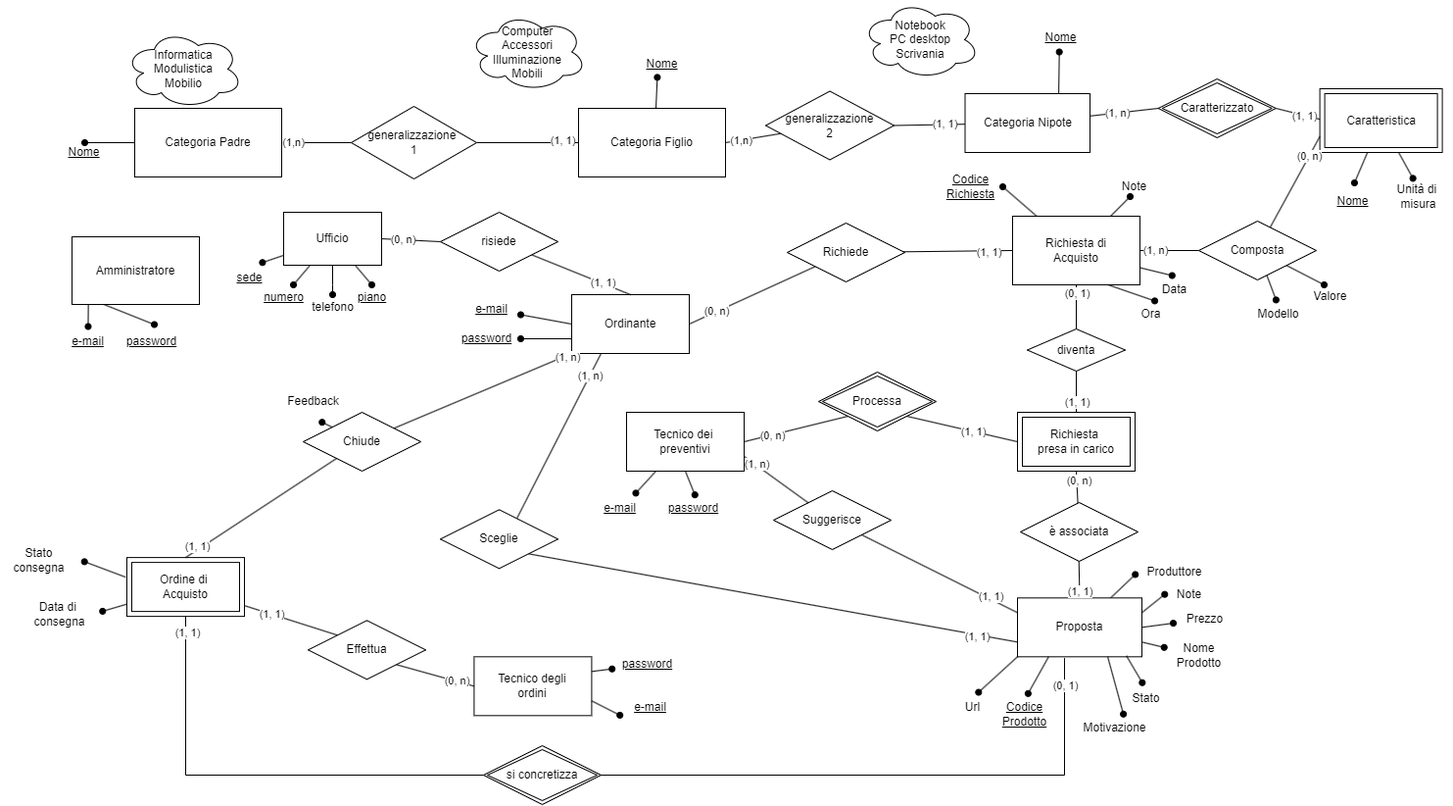
Earlier version of the draw.io export docs/ERR_WE.drawio.png (Mik1810/web_engineering). Source tidied: cells renumbered, new cells last; positions are measured from the earlier drawing's top-left corner, leaving out a move shared by most shapes.
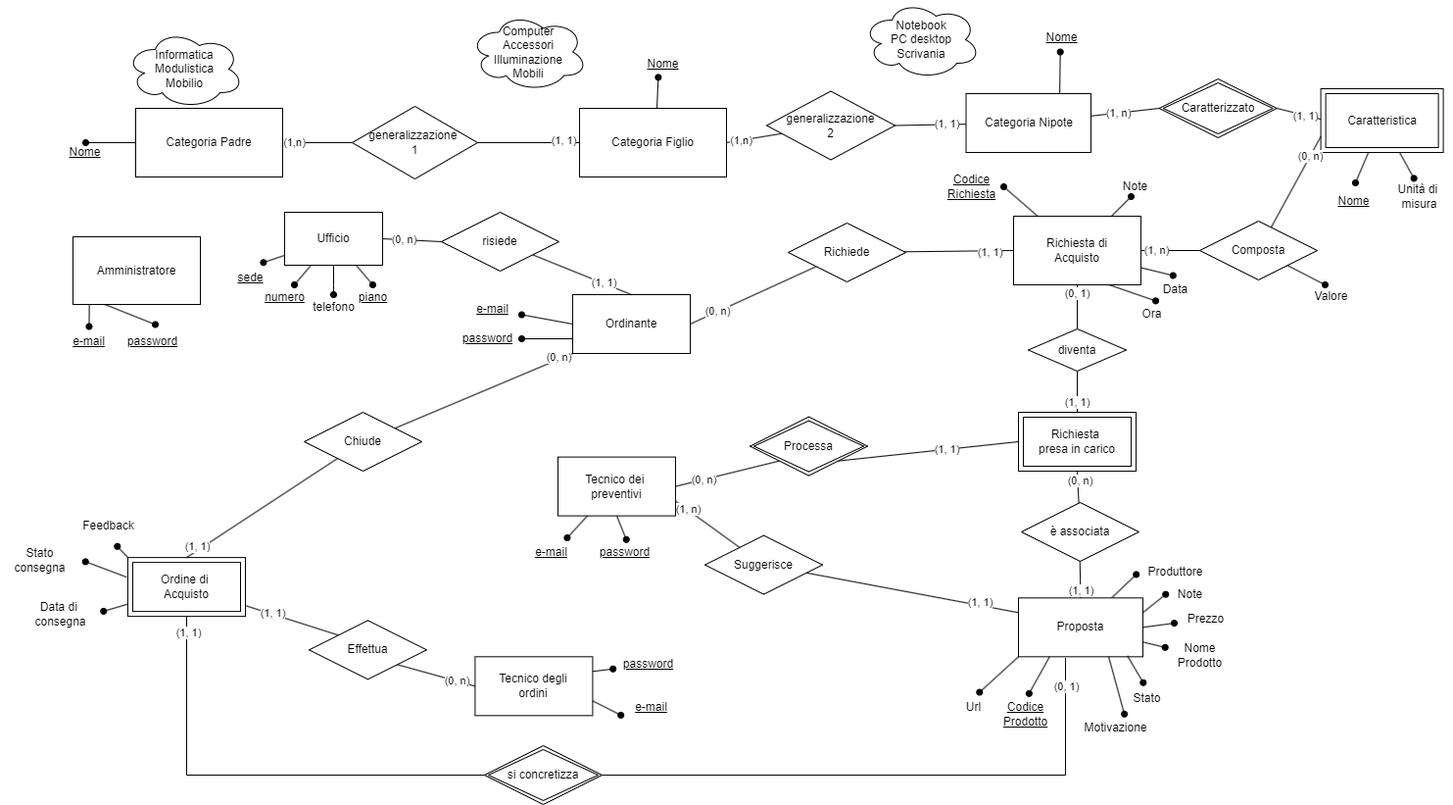
After the change.

Commit message:
Updated diagrams and added relational model

Change to the diagram source:
```diff
@@ -93,9 +93,6 @@
         <mxPoint x="1352" y="290" as="targetPoint" />
       </mxGeometry>
     </mxCell>
-    <mxCell id="29" style="rounded=0;jettySize=auto;html=1;endArrow=oval;endFill=1;entryX=0.47;entryY=0.013;entryDx=0;entryDy=0;entryPerimeter=0;" parent="1" edge="1" source="30" target="125">
-      <mxGeometry relative="1" as="geometry" />
-    </mxCell>
     <mxCell id="30" value="Composta" style="shape=rhombus;perimeter=rhombusPerimeter;whiteSpace=wrap;html=1;align=center;" parent="1" vertex="1">
       <mxGeometry x="1224" y="225" width="120" height="60" as="geometry" />
     </mxCell>
@@ -105,12 +102,6 @@
     <mxCell id="32" style="rounded=0;jettySize=auto;html=1;endArrow=oval;endFill=1;entryX=0.003;entryY=0.577;entryDx=0;entryDy=0;entryPerimeter=0;" parent="1" edge="1" source="35" target="36">
       <mxGeometry relative="1" as="geometry" />
     </mxCell>
-    <mxCell id="33" style="rounded=0;jettySize=auto;html=1;entryX=1;entryY=1;entryDx=0;entryDy=0;endArrow=none;endFill=0;exitX=0;exitY=0.75;exitDx=0;exitDy=0;" parent="1" edge="1" source="35" target="81">
-      <mxGeometry relative="1" as="geometry" />
-    </mxCell>
-    <mxCell id="34" value="(1, 1)" style="edgeLabel;html=1;align=center;verticalAlign=middle;" parent="33" vertex="1">
-      <mxGeometry x="-0.83" y="2" relative="1" as="geometry" />
-    </mxCell>
     <mxCell id="35" value="Proposta" style="rounded=0;whiteSpace=wrap;html=1;" parent="1" vertex="1">
       <mxGeometry x="1039" y="609.3" width="127" height="60" as="geometry" />
     </mxCell>
@@ -193,7 +184,7 @@
       </mxGeometry>
     </mxCell>
     <mxCell id="60" value="Suggerisce" style="shape=rhombus;perimeter=rhombusPerimeter;whiteSpace=wrap;html=1;align=center;" parent="1" vertex="1">
-      <mxGeometry x="790" y="500" width="120" height="60" as="geometry" />
+      <mxGeometry x="719" y="545.6" width="120" height="60" as="geometry" />
     </mxCell>
     <mxCell id="61" style="endArrow=none;html=1;rounded=0;entryX=1;entryY=0.75;entryDx=0;entryDy=0;" parent="1" edge="1" source="60" target="84">
       <mxGeometry relative="1" as="geometry" />
@@ -243,21 +234,12 @@
     <mxCell id="76" value="(0, n)" style="edgeLabel;html=1;align=center;verticalAlign=middle;" parent="75" vertex="1">
       <mxGeometry x="0.46" relative="1" as="geometry" />
     </mxCell>
-    <mxCell id="77" style="rounded=0;jettySize=auto;html=1;entryX=0.25;entryY=1;entryDx=0;entryDy=0;endArrow=none;endFill=0;exitX=0.652;exitY=0.143;exitDx=0;exitDy=0;exitPerimeter=0;" parent="1" edge="1" source="81" target="55">
-      <mxGeometry relative="1" as="geometry" />
-    </mxCell>
-    <mxCell id="78" value="(1, n)" style="edgeLabel;html=1;align=center;verticalAlign=middle;" parent="77" vertex="1">
-      <mxGeometry x="0.74" relative="1" as="geometry" />
-    </mxCell>
     <mxCell id="79" style="rounded=0;jettySize=auto;html=1;endArrow=oval;endFill=1;entryX=0.427;entryY=-0.053;entryDx=0;entryDy=0;entryPerimeter=0;exitX=0.876;exitY=0.985;exitDx=0;exitDy=0;exitPerimeter=0;" parent="1" edge="1" source="35" target="82">
       <mxGeometry relative="1" as="geometry" />
     </mxCell>
     <mxCell id="80" style="rounded=0;jettySize=auto;html=1;endArrow=oval;endFill=1;entryX=0.604;entryY=0.015;entryDx=0;entryDy=0;entryPerimeter=0;exitX=0.725;exitY=1;exitDx=0;exitDy=0;exitPerimeter=0;" parent="1" edge="1" source="35" target="83">
       <mxGeometry relative="1" as="geometry" />
     </mxCell>
-    <mxCell id="81" value="Sceglie" style="shape=rhombus;perimeter=rhombusPerimeter;whiteSpace=wrap;html=1;align=center;" parent="1" vertex="1">
-      <mxGeometry x="450" y="519.3" width="120" height="60" as="geometry" />
-    </mxCell>
     <mxCell id="82" value="Stato" style="text;html=1;align=center;verticalAlign=middle;points=[];strokeColor=none;fillColor=none;" parent="1" vertex="1">
       <mxGeometry x="1145" y="697.3" width="50" height="30" as="geometry" />
     </mxCell>
@@ -265,7 +247,7 @@
       <mxGeometry x="1092.8" y="727.3" width="90" height="30" as="geometry" />
     </mxCell>
     <mxCell id="84" value="Tecnico dei&amp;nbsp;&lt;div&gt;preventivi&lt;/div&gt;" style="rounded=0;whiteSpace=wrap;html=1;" parent="1" vertex="1">
-      <mxGeometry x="640" y="420" width="120" height="60" as="geometry" />
+      <mxGeometry x="569" y="465.6" width="120" height="60" as="geometry" />
     </mxCell>
     <mxCell id="85" value="Tecnico degli&lt;div&gt;ordini&lt;/div&gt;" style="rounded=0;whiteSpace=wrap;html=1;" parent="1" vertex="1">
       <mxGeometry x="484.4" y="669.3" width="120" height="60" as="geometry" />
@@ -323,17 +305,19 @@
     <mxCell id="102" style="rounded=0;jettySize=auto;html=1;entryX=0;entryY=1;entryDx=0;entryDy=0;endArrow=none;endFill=0;" parent="1" edge="1" source="105" target="55">
       <mxGeometry relative="1" as="geometry" />
     </mxCell>
-    <mxCell id="103" value="(1, n)" style="edgeLabel;html=1;align=center;verticalAlign=middle;" parent="102" vertex="1">
-      <mxGeometry x="0.94" y="-1" relative="1" as="geometry" />
+    <mxCell id="103" value="(0, n)" style="edgeLabel;html=1;align=center;verticalAlign=middle;" parent="102" vertex="1">
+      <mxGeometry x="0.94" y="-1" relative="1" as="geometry">
+        <mxPoint x="-10" as="offset" />
+      </mxGeometry>
     </mxCell>
-    <mxCell id="104" style="rounded=0;jettySize=auto;html=1;endArrow=oval;endFill=1;entryX=0.616;entryY=1.205;entryDx=0;entryDy=0;entryPerimeter=0;" parent="1" edge="1" source="105" target="106">
+    <mxCell id="104" style="rounded=0;jettySize=auto;html=1;endArrow=oval;endFill=1;entryX=0.616;entryY=1.205;entryDx=0;entryDy=0;entryPerimeter=0;exitX=0;exitY=0;exitDx=0;exitDy=0;" parent="1" edge="1" source="94" target="106">
       <mxGeometry relative="1" as="geometry" />
     </mxCell>
     <mxCell id="105" value="Chiude" style="shape=rhombus;perimeter=rhombusPerimeter;whiteSpace=wrap;html=1;align=center;" parent="1" vertex="1">
       <mxGeometry x="310" y="420" width="120" height="60" as="geometry" />
     </mxCell>
     <mxCell id="106" value="Feedback" style="text;html=1;align=center;verticalAlign=middle;points=[];strokeColor=none;fillColor=none;" parent="1" vertex="1">
-      <mxGeometry x="280" y="394" width="80" height="30" as="geometry" />
+      <mxGeometry x="70" y="520.6" width="80" height="30" as="geometry" />
     </mxCell>
     <mxCell id="107" value="Valore" style="text;html=1;align=center;verticalAlign=middle;strokeColor=none;fillColor=none;" parent="1" vertex="1">
       <mxGeometry x="1328" y="287" width="60" height="30" as="geometry" />
@@ -358,7 +342,7 @@
       <mxGeometry x="56" y="140" width="60" height="30" as="geometry" />
     </mxCell>
     <mxCell id="113" value="Processa" style="shape=rhombus;double=1;perimeter=rhombusPerimeter;whiteSpace=wrap;html=1;align=center;" parent="1" vertex="1">
-      <mxGeometry x="836" y="379" width="120" height="60" as="geometry" />
+      <mxGeometry x="765" y="424.6" width="120" height="60" as="geometry" />
     </mxCell>
     <mxCell id="114" value="Data" style="text;html=1;align=center;verticalAlign=middle;points=[];strokeColor=none;fillColor=none;" parent="1" vertex="1">
       <mxGeometry x="1174" y="280" width="50" height="30" as="geometry" />
@@ -393,9 +377,6 @@
     <mxCell id="124" value="Unità di&amp;nbsp;&lt;div&gt;misura&lt;/div&gt;" style="text;html=1;align=center;verticalAlign=middle;points=[];strokeColor=none;fillColor=none;" parent="1" vertex="1">
       <mxGeometry x="1412.6" y="180" width="70" height="40" as="geometry" />
     </mxCell>
-    <mxCell id="125" value="Modello" style="text;html=1;align=center;verticalAlign=middle;points=[];strokeColor=none;fillColor=none;" parent="1" vertex="1">
-      <mxGeometry x="1270" y="305" width="70" height="30" as="geometry" />
-    </mxCell>
     <mxCell id="126" value="diventa" style="shape=rhombus;perimeter=rhombusPerimeter;whiteSpace=wrap;html=1;align=center;" parent="1" vertex="1">
       <mxGeometry x="1049" y="335" width="100" height="43" as="geometry" />
     </mxCell>
@@ -409,10 +390,10 @@
       <mxGeometry x="1099" y="409" as="geometry" />
     </mxCell>
     <mxCell id="130" value="&lt;u&gt;e-mail&lt;/u&gt;" style="text;html=1;align=center;verticalAlign=middle;points=[];strokeColor=none;fillColor=none;" parent="1" vertex="1">
-      <mxGeometry x="603" y="502.5" width="60" height="30" as="geometry" />
+      <mxGeometry x="532" y="548.1" width="60" height="30" as="geometry" />
     </mxCell>
     <mxCell id="131" value="&lt;u&gt;password&lt;/u&gt;" style="text;html=1;align=center;verticalAlign=middle;points=[];strokeColor=none;fillColor=none;" parent="1" vertex="1">
-      <mxGeometry x="673" y="502.5" width="70" height="30" as="geometry" />
+      <mxGeometry x="602" y="548.1" width="70" height="30" as="geometry" />
     </mxCell>
     <mxCell id="132" style="rounded=0;jettySize=auto;html=1;entryX=0.525;entryY=0.055;entryDx=0;entryDy=0;entryPerimeter=0;endArrow=oval;endFill=1;exitX=0.5;exitY=1;exitDx=0;exitDy=0;" parent="1" edge="1" source="84" target="131">
       <mxGeometry relative="1" as="geometry" />
```
